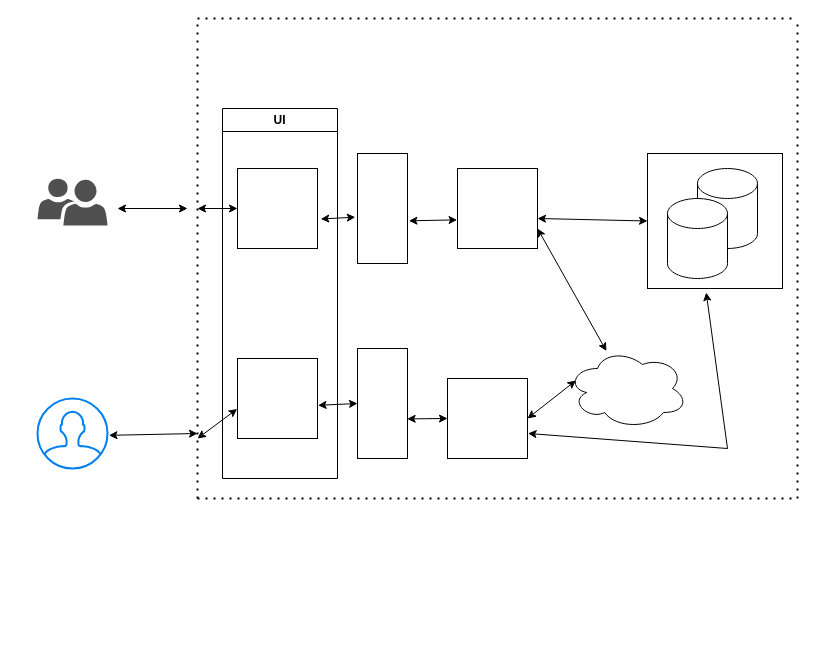
Above: Untitled Diagram.drawio in aravind-kocherlakota/debouncing-throttling (draw.io), before the change. Source tidied: cells renumbered, new cells numbered last; positions are measured from the earlier drawing's top-left corner, leaving out a move shared by most shapes. Both pictures are drawn from the tidied source at 100%, with x=0, y=0 at pixel (37, 18).
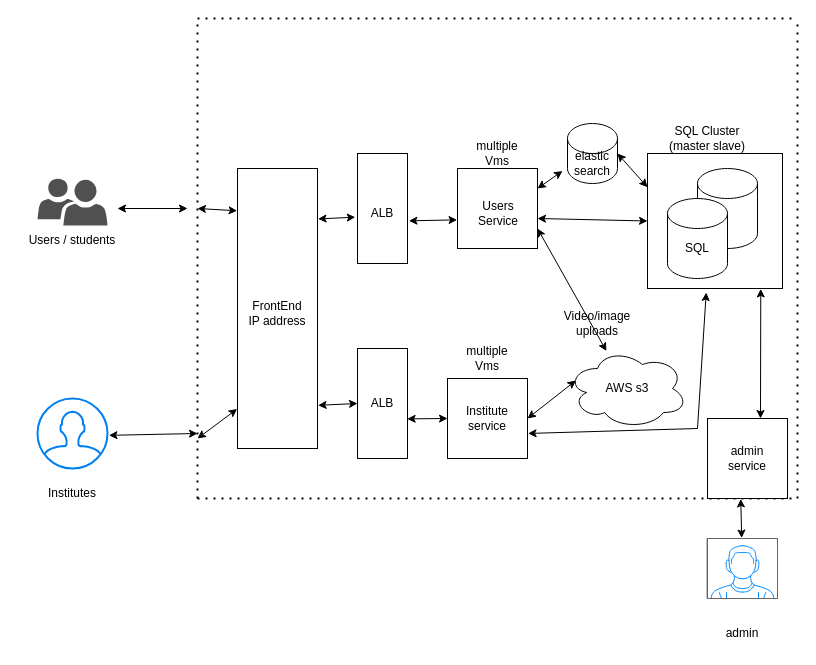
The same diagram, later.

The change refers to these unchanged cells:
```xml
<mxCell id="2" style="whiteSpace=wrap;html=1;labelBackgroundColor=none;labelBorderColor=none;" parent="1" vertex="1">
  <mxGeometry x="610" y="135" width="135" height="135" as="geometry" />
</mxCell>
<mxCell id="11" style="rounded=0;whiteSpace=wrap;html=1;labelBackgroundColor=none;labelBorderColor=none;" parent="1" vertex="1">
  <mxGeometry x="320" y="135" width="50" height="110" as="geometry" />
</mxCell>
<mxCell id="12" style="whiteSpace=wrap;html=1;labelBackgroundColor=none;labelBorderColor=none;" parent="1" vertex="1">
  <mxGeometry x="420" y="150" width="80" height="80" as="geometry" />
</mxCell>
<mxCell id="23" style="rounded=0;whiteSpace=wrap;html=1;labelBackgroundColor=none;labelBorderColor=none;" parent="1" vertex="1">
  <mxGeometry x="320" y="330" width="50" height="110" as="geometry" />
</mxCell>
<mxCell id="24" style="whiteSpace=wrap;html=1;labelBackgroundColor=none;labelBorderColor=none;" parent="1" vertex="1">
  <mxGeometry x="410" y="360" width="80" height="80" as="geometry" />
</mxCell>
```

The edit, as a diff of the source:
```diff
@@
     <mxCell id="6" style="endArrow=none;dashed=1;html=1;dashPattern=1 3;strokeWidth=2;rounded=0;" parent="1" edge="1">
       <mxGeometry relative="1" as="geometry">
         <mxPoint x="160" as="sourcePoint" />
         <mxPoint x="760" as="targetPoint" />
+        <Array as="points">
+          <mxPoint x="460" />
+        </Array>
       </mxGeometry>
     </mxCell>
@@
     <mxCell id="9" style="rounded=0;whiteSpace=wrap;html=1;verticalAlign=top;" parent="1" vertex="1">
-      <mxGeometry x="200" y="150" width="80" height="80" as="geometry" />
+      <mxGeometry x="200" y="150" width="80" height="280" as="geometry" />
     </mxCell>
-    <mxCell id="10" style="endArrow=classic;startArrow=classic;html=1;rounded=0;" parent="1" edge="1" target="9">
+    <mxCell id="10" style="endArrow=classic;startArrow=classic;html=1;rounded=0;entryX=-0.005;entryY=0.151;entryDx=0;entryDy=0;entryPerimeter=0;" parent="1" edge="1" target="9">
       <mxGeometry relative="1" as="geometry">
         <mxPoint x="160" y="190" as="sourcePoint" />
       </mxGeometry>
     </mxCell>
@@
-    <mxCell id="16" style="endArrow=classic;startArrow=classic;html=1;rounded=0;exitX=1.041;exitY=0.631;exitDx=0;exitDy=0;exitPerimeter=0;entryX=-0.044;entryY=0.579;entryDx=0;entryDy=0;entryPerimeter=0;" parent="1" edge="1" source="9" target="11">
+    <mxCell id="16" style="endArrow=classic;startArrow=classic;html=1;rounded=0;entryX=-0.044;entryY=0.579;entryDx=0;entryDy=0;entryPerimeter=0;exitX=1.007;exitY=0.18;exitDx=0;exitDy=0;exitPerimeter=0;" parent="1" edge="1" source="9" target="11">
       <mxGeometry relative="1" as="geometry" />
     </mxCell>
@@
-    <mxCell id="21" value="UI" style="swimlane;whiteSpace=wrap;html=1;labelBackgroundColor=none;labelBorderColor=none;startSize=23;" parent="1" vertex="1">
-      <mxGeometry x="185" y="90" width="115" height="370" as="geometry" />
-    </mxCell>
-    <mxCell id="22" style="whiteSpace=wrap;html=1;labelBackgroundColor=none;labelBorderColor=none;" parent="21" vertex="1">
-      <mxGeometry x="15" y="250" width="80" height="80" as="geometry" />
-    </mxCell>
@@
-    <mxCell id="25" style="endArrow=classic;startArrow=classic;html=1;rounded=0;exitX=1.007;exitY=0.585;exitDx=0;exitDy=0;entryX=0;entryY=0.5;entryDx=0;entryDy=0;exitPerimeter=0;" parent="1" edge="1" source="22" target="23">
-      <mxGeometry relative="1" as="geometry" />
+    <mxCell id="25" style="endArrow=classic;startArrow=classic;html=1;rounded=0;exitX=1.007;exitY=0.585;exitDx=0;exitDy=0;entryX=0;entryY=0.5;entryDx=0;entryDy=0;exitPerimeter=0;" parent="1" edge="1" target="23">
+      <mxGeometry relative="1" as="geometry">
+        <mxPoint x="280.6" y="386.8" as="sourcePoint" />
+      </mxGeometry>
     </mxCell>
@@
     <mxCell id="28" style="endArrow=classic;startArrow=classic;html=1;rounded=0;exitX=1.007;exitY=0.687;exitDx=0;exitDy=0;exitPerimeter=0;entryX=0.435;entryY=1.03;entryDx=0;entryDy=0;entryPerimeter=0;" parent="1" edge="1" source="24" target="2">
       <mxGeometry relative="1" as="geometry">
         <Array as="points">
-          <mxPoint x="690" y="430" />
+          <mxPoint x="660" y="410" />
         </Array>
       </mxGeometry>
     </mxCell>
@@
-    <mxCell id="30" style="endArrow=classic;startArrow=classic;html=1;rounded=0;entryX=-0.005;entryY=0.631;entryDx=0;entryDy=0;entryPerimeter=0;" parent="1" edge="1" target="22">
+    <mxCell id="30" style="endArrow=classic;startArrow=classic;html=1;rounded=0;entryX=-0.005;entryY=0.631;entryDx=0;entryDy=0;entryPerimeter=0;" parent="1" edge="1">
       <mxGeometry relative="1" as="geometry">
         <mxPoint x="160" y="420" as="sourcePoint" />
+        <mxPoint x="199.6" y="390.5" as="targetPoint" />
       </mxGeometry>
     </mxCell>
+    <mxCell id="31" style="shape=cylinder3;whiteSpace=wrap;html=1;boundedLbl=1;backgroundOutline=1;size=15;labelBackgroundColor=none;labelBorderColor=none;" parent="1" vertex="1">
+      <mxGeometry x="530" y="105" width="50" height="60" as="geometry" />
+    </mxCell>
+    <mxCell id="32" value="Users / students" style="text;html=1;strokeColor=none;fillColor=none;align=center;verticalAlign=middle;whiteSpace=wrap;rounded=0;labelBackgroundColor=none;labelBorderColor=none;" parent="1" vertex="1">
+      <mxGeometry x="-20" y="207" width="110" height="30" as="geometry" />
+    </mxCell>
+    <mxCell id="33" value="Institutes" style="text;html=1;strokeColor=none;fillColor=none;align=center;verticalAlign=middle;whiteSpace=wrap;rounded=0;labelBackgroundColor=none;labelBorderColor=none;" parent="1" vertex="1">
+      <mxGeometry x="5" y="460" width="60" height="30" as="geometry" />
+    </mxCell>
+    <mxCell id="34" value="SQL Cluster&lt;br&gt;(master slave)" style="text;html=1;strokeColor=none;fillColor=none;align=center;verticalAlign=middle;whiteSpace=wrap;rounded=0;labelBackgroundColor=none;labelBorderColor=none;" parent="1" vertex="1">
+      <mxGeometry x="600" y="105" width="140" height="30" as="geometry" />
+    </mxCell>
+    <mxCell id="35" value="SQL" style="text;html=1;strokeColor=none;fillColor=none;align=center;verticalAlign=middle;whiteSpace=wrap;rounded=0;labelBackgroundColor=none;labelBorderColor=none;" parent="1" vertex="1">
+      <mxGeometry x="630" y="215" width="60" height="30" as="geometry" />
+    </mxCell>
+    <mxCell id="36" value="elastic search" style="text;html=1;strokeColor=none;fillColor=none;align=center;verticalAlign=middle;whiteSpace=wrap;rounded=0;labelBackgroundColor=none;labelBorderColor=none;" parent="1" vertex="1">
+      <mxGeometry x="525" y="130" width="60" height="30" as="geometry" />
+    </mxCell>
+    <mxCell id="37" value="Video/image uploads" style="text;html=1;strokeColor=none;fillColor=none;align=center;verticalAlign=middle;whiteSpace=wrap;rounded=0;labelBackgroundColor=none;labelBorderColor=none;" parent="1" vertex="1">
+      <mxGeometry x="530" y="290" width="60" height="30" as="geometry" />
+    </mxCell>
+    <mxCell id="38" value="AWS s3" style="text;html=1;strokeColor=none;fillColor=none;align=center;verticalAlign=middle;whiteSpace=wrap;rounded=0;labelBackgroundColor=none;labelBorderColor=none;" parent="1" vertex="1">
+      <mxGeometry x="560" y="355" width="60" height="30" as="geometry" />
+    </mxCell>
+    <mxCell id="39" value="ALB" style="text;html=1;strokeColor=none;fillColor=none;align=center;verticalAlign=middle;whiteSpace=wrap;rounded=0;labelBackgroundColor=none;labelBorderColor=none;" parent="1" vertex="1">
+      <mxGeometry x="315" y="180" width="60" height="30" as="geometry" />
+    </mxCell>
+    <mxCell id="40" value="ALB" style="text;html=1;strokeColor=none;fillColor=none;align=center;verticalAlign=middle;whiteSpace=wrap;rounded=0;labelBackgroundColor=none;labelBorderColor=none;" parent="1" vertex="1">
+      <mxGeometry x="315" y="370" width="60" height="30" as="geometry" />
+    </mxCell>
+    <mxCell id="41" value="Institute service" style="text;html=1;strokeColor=none;fillColor=none;align=center;verticalAlign=middle;whiteSpace=wrap;rounded=0;labelBackgroundColor=none;labelBorderColor=none;" parent="1" vertex="1">
+      <mxGeometry x="420" y="385" width="60" height="30" as="geometry" />
+    </mxCell>
+    <mxCell id="42" value="Users Service" style="text;html=1;strokeColor=none;fillColor=none;align=center;verticalAlign=middle;whiteSpace=wrap;rounded=0;labelBackgroundColor=none;labelBorderColor=none;" parent="1" vertex="1">
+      <mxGeometry x="431" y="180" width="60" height="30" as="geometry" />
+    </mxCell>
+    <mxCell id="43" value="FrontEnd&lt;br&gt;IP address" style="text;html=1;strokeColor=none;fillColor=none;align=center;verticalAlign=middle;whiteSpace=wrap;rounded=0;labelBackgroundColor=none;labelBorderColor=none;" parent="1" vertex="1">
+      <mxGeometry x="210" y="280" width="60" height="30" as="geometry" />
+    </mxCell>
+    <mxCell id="44" value="multiple Vms" style="text;html=1;strokeColor=none;fillColor=none;align=center;verticalAlign=middle;whiteSpace=wrap;rounded=0;labelBackgroundColor=none;labelBorderColor=none;" parent="1" vertex="1">
+      <mxGeometry x="430" y="120" width="60" height="30" as="geometry" />
+    </mxCell>
+    <mxCell id="45" value="multiple Vms" style="text;html=1;strokeColor=none;fillColor=none;align=center;verticalAlign=middle;whiteSpace=wrap;rounded=0;labelBackgroundColor=none;labelBorderColor=none;" parent="1" vertex="1">
+      <mxGeometry x="420" y="325" width="60" height="30" as="geometry" />
+    </mxCell>
+    <mxCell id="46" style="endArrow=classic;startArrow=classic;html=1;rounded=0;entryX=0.839;entryY=1.003;entryDx=0;entryDy=0;entryPerimeter=0;" parent="1" edge="1" target="2">
+      <mxGeometry relative="1" as="geometry">
+        <mxPoint x="723" y="400" as="sourcePoint" />
+      </mxGeometry>
+    </mxCell>
+    <mxCell id="47" style="whiteSpace=wrap;html=1;labelBackgroundColor=none;labelBorderColor=none;" parent="1" vertex="1">
+      <mxGeometry x="670" y="400" width="80" height="80" as="geometry" />
+    </mxCell>
+    <mxCell id="48" value="admin service" style="text;html=1;strokeColor=none;fillColor=none;align=center;verticalAlign=middle;whiteSpace=wrap;rounded=0;labelBackgroundColor=none;labelBorderColor=none;" parent="1" vertex="1">
+      <mxGeometry x="680" y="425" width="60" height="30" as="geometry" />
+    </mxCell>
+    <mxCell id="49" style="verticalLabelPosition=bottom;shadow=0;dashed=0;align=center;html=1;verticalAlign=top;strokeWidth=1;shape=mxgraph.mockup.containers.userMale;strokeColor=#666666;strokeColor2=#008cff;labelBackgroundColor=none;labelBorderColor=none;" parent="1" vertex="1">
+      <mxGeometry x="670" y="520" width="70" height="60" as="geometry" />
+    </mxCell>
+    <mxCell id="50" style="endArrow=classic;startArrow=classic;html=1;rounded=0;entryX=0.416;entryY=1.006;entryDx=0;entryDy=0;entryPerimeter=0;exitX=0.488;exitY=-0.008;exitDx=0;exitDy=0;exitPerimeter=0;" parent="1" edge="1" source="49" target="47">
+      <mxGeometry relative="1" as="geometry" />
+    </mxCell>
+    <mxCell id="51" value="admin" style="text;html=1;strokeColor=none;fillColor=none;align=center;verticalAlign=middle;whiteSpace=wrap;rounded=0;labelBackgroundColor=none;labelBorderColor=none;" parent="1" vertex="1">
+      <mxGeometry x="675" y="600" width="60" height="30" as="geometry" />
+    </mxCell>
+    <mxCell id="52" style="endArrow=classic;startArrow=classic;html=1;rounded=0;exitX=1;exitY=0.25;exitDx=0;exitDy=0;entryX=0;entryY=0.75;entryDx=0;entryDy=0;" parent="1" edge="1" source="12" target="36">
+      <mxGeometry relative="1" as="geometry" />
+    </mxCell>
+    <mxCell id="53" style="endArrow=classic;startArrow=classic;html=1;rounded=0;entryX=0;entryY=0.25;entryDx=0;entryDy=0;exitX=1;exitY=0.5;exitDx=0;exitDy=0;exitPerimeter=0;" parent="1" edge="1" source="31" target="2">
+      <mxGeometry relative="1" as="geometry" />
+    </mxCell>
```
